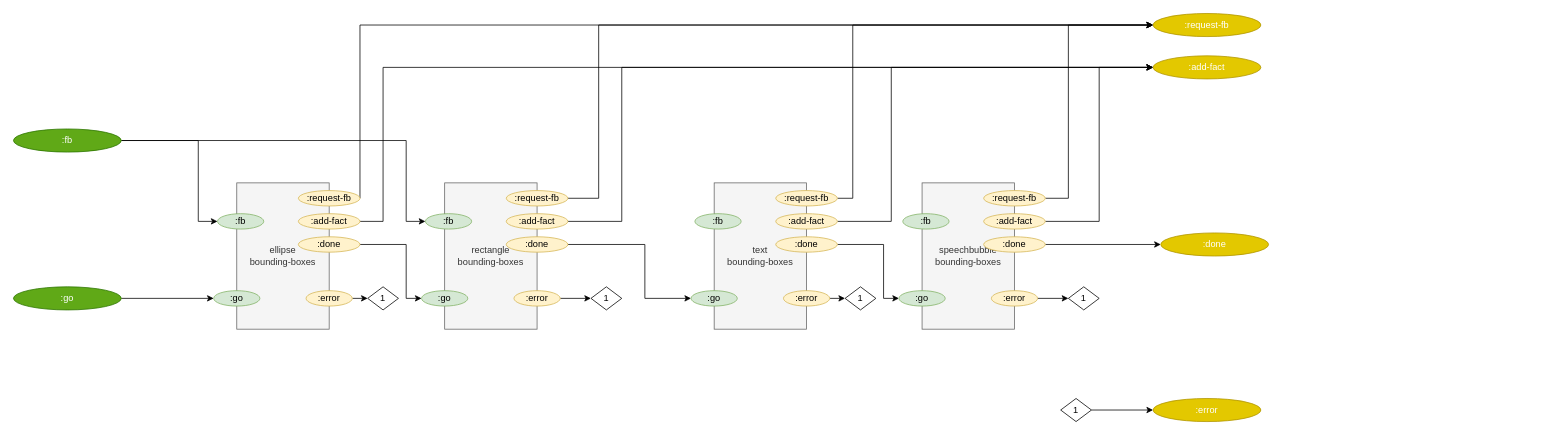
Before: page "Passes" (10 of 10) of svg/cl-compiler/doc/compiler-test-bed.drawio in bmfbp/bmfbp, a draw.io diagram. Source tidied: cells renumbered, new cells numbered last; positions are measured from the earlier drawing's top-left corner, leaving out a move shared by most shapes. Both pictures are drawn from the tidied source at 77%, with x=0, y=0 at pixel (13, 13).
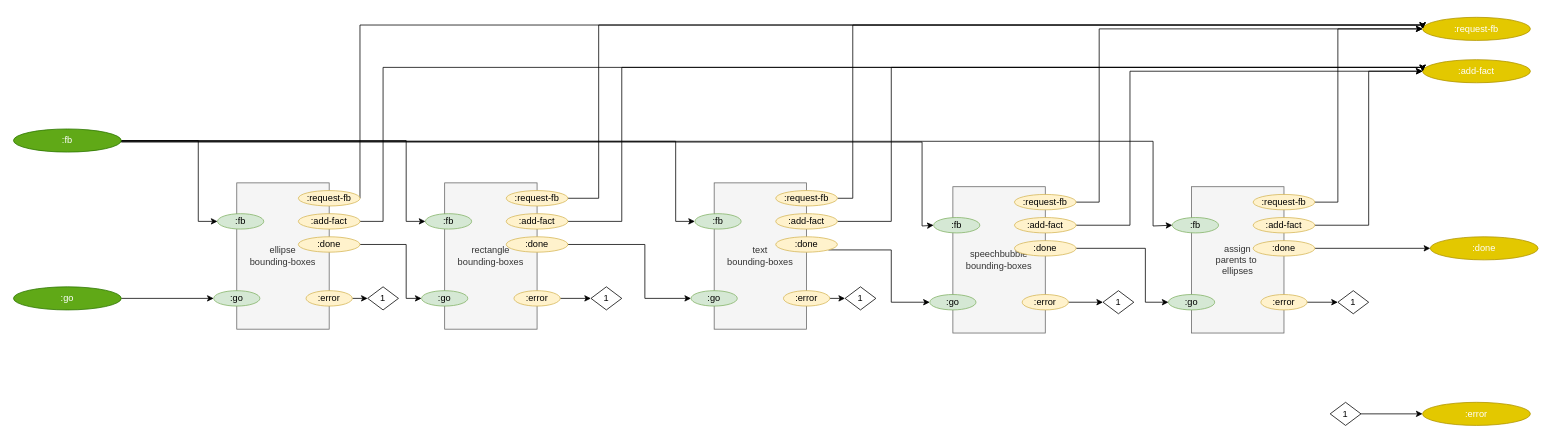
The same diagram, later.

Commit message (it also covers changes not shown here):
added assign parent to ellipses

Unchanged cells that the change refers to:
```xml
<mxCell id="4" value=":fb" style="ellipse;whiteSpace=wrap;html=1;fillColor=#60a917;strokeColor=#2D7600;fontColor=#ffffff;" parent="1" vertex="1">
  <mxGeometry y="150" width="140" height="30" as="geometry" />
</mxCell>
<mxCell id="38" value=":fb" style="ellipse;whiteSpace=wrap;html=1;fillColor=#d5e8d4;strokeColor=#82b366;" parent="1" vertex="1">
  <mxGeometry x="885" y="260" width="60" height="20" as="geometry" />
</mxCell>
<mxCell id="45" value=":done" style="ellipse;whiteSpace=wrap;html=1;fillColor=#fff2cc;strokeColor=#d6b656;" parent="1" vertex="1">
  <mxGeometry x="990" y="290" width="80" height="20" as="geometry" />
</mxCell>
```

The edit, as a diff of the source:
```diff
@@
+    <mxCell id="61" style="edgeStyle=orthogonalEdgeStyle;rounded=0;jettySize=auto;html=1;exitX=1;exitY=0.5;exitDx=0;exitDy=0;entryX=0;entryY=0.5;entryDx=0;entryDy=0;" parent="1" edge="1" source="4" target="50">
+      <mxGeometry relative="1" as="geometry">
+        <Array as="points">
+          <mxPoint x="1480" y="166" />
+          <mxPoint x="1480" y="276" />
+        </Array>
+      </mxGeometry>
+    </mxCell>
+    <mxCell id="62" style="edgeStyle=orthogonalEdgeStyle;rounded=0;jettySize=auto;html=1;exitX=1;exitY=0.5;exitDx=0;exitDy=0;entryX=0;entryY=0.5;entryDx=0;entryDy=0;" parent="1" edge="1" source="4" target="38">
+      <mxGeometry relative="1" as="geometry">
+        <Array as="points">
+          <mxPoint x="860" y="166" />
+          <mxPoint x="860" y="270" />
+        </Array>
+      </mxGeometry>
+    </mxCell>
+    <mxCell id="63" style="edgeStyle=orthogonalEdgeStyle;rounded=0;jettySize=auto;html=1;exitX=1;exitY=0.5;exitDx=0;exitDy=0;entryX=0;entryY=0.5;entryDx=0;entryDy=0;" parent="1" edge="1" source="4" target="66">
+      <mxGeometry relative="1" as="geometry">
+        <Array as="points">
+          <mxPoint x="140" y="167" />
+          <mxPoint x="1180" y="167" />
+          <mxPoint x="1180" y="276" />
+        </Array>
+      </mxGeometry>
+    </mxCell>
@@
     <mxCell id="5" value=":error" style="ellipse;whiteSpace=wrap;html=1;fillColor=#e3c800;strokeColor=#B09500;fontColor=#ffffff;" parent="1" vertex="1">
-      <mxGeometry x="1480" y="500" width="140" height="30" as="geometry" />
+      <mxGeometry x="1830" y="505" width="140" height="30" as="geometry" />
     </mxCell>
     <mxCell id="6" value=":done" style="ellipse;whiteSpace=wrap;html=1;fillColor=#e3c800;strokeColor=#B09500;fontColor=#ffffff;" parent="1" vertex="1">
-      <mxGeometry x="1490" y="285" width="140" height="30" as="geometry" />
+      <mxGeometry x="1840" y="290" width="140" height="30" as="geometry" />
     </mxCell>
     <mxCell id="7" value=":add-fact" style="ellipse;whiteSpace=wrap;html=1;fillColor=#e3c800;strokeColor=#B09500;fontColor=#ffffff;" parent="1" vertex="1">
-      <mxGeometry x="1480" y="55" width="140" height="30" as="geometry" />
+      <mxGeometry x="1830" y="60" width="140" height="30" as="geometry" />
     </mxCell>
     <mxCell id="8" value=":request-fb" style="ellipse;whiteSpace=wrap;html=1;fillColor=#e3c800;strokeColor=#B09500;fontColor=#ffffff;" parent="1" vertex="1">
-      <mxGeometry x="1480" width="140" height="30" as="geometry" />
+      <mxGeometry x="1830" y="5" width="140" height="30" as="geometry" />
     </mxCell>
@@
     <mxCell id="21" value="1" style="rhombus;whiteSpace=wrap;html=1;" parent="1" vertex="1">
-      <mxGeometry x="1360" y="500" width="40" height="30" as="geometry" />
+      <mxGeometry x="1710" y="505" width="40" height="30" as="geometry" />
     </mxCell>
@@
-    <mxCell id="44" style="edgeStyle=orthogonalEdgeStyle;rounded=0;jettySize=auto;html=1;exitX=1;exitY=0.5;exitDx=0;exitDy=0;entryX=0;entryY=0.5;entryDx=0;entryDy=0;" parent="1" edge="1" source="45" target="55">
-      <mxGeometry relative="1" as="geometry">
-        <Array as="points">
-          <mxPoint x="1130" y="300" />
-          <mxPoint x="1130" y="370" />
-        </Array>
-      </mxGeometry>
-    </mxCell>
+    <mxCell id="64" style="edgeStyle=orthogonalEdgeStyle;rounded=0;jettySize=auto;html=1;exitX=1;exitY=1;exitDx=0;exitDy=0;entryX=0;entryY=0.5;entryDx=0;entryDy=0;" parent="1" edge="1" source="45" target="71">
+      <mxGeometry relative="1" as="geometry">
+        <Array as="points">
+          <mxPoint x="1140" y="307" />
+          <mxPoint x="1140" y="375" />
+        </Array>
+      </mxGeometry>
+    </mxCell>
@@
-    <mxCell id="49" value="speechbubble&lt;br&gt;bounding-boxes" style="rounded=0;whiteSpace=wrap;html=1;fillColor=#f5f5f5;strokeColor=#666666;fontColor=#333333;" parent="1" vertex="1">
-      <mxGeometry x="1180" y="220" width="120" height="190" as="geometry" />
+    <mxCell id="49" value="assign&lt;br&gt;parents to&amp;nbsp;&lt;br&gt;ellipses" style="rounded=0;whiteSpace=wrap;html=1;fillColor=#f5f5f5;strokeColor=#666666;fontColor=#333333;" parent="1" vertex="1">
+      <mxGeometry x="1530" y="225" width="120" height="190" as="geometry" />
     </mxCell>
     <mxCell id="50" value=":fb" style="ellipse;whiteSpace=wrap;html=1;fillColor=#d5e8d4;strokeColor=#82b366;" parent="1" vertex="1">
-      <mxGeometry x="1155" y="260" width="60" height="20" as="geometry" />
+      <mxGeometry x="1505" y="265" width="60" height="20" as="geometry" />
     </mxCell>
@@
     <mxCell id="52" value=":add-fact" style="ellipse;whiteSpace=wrap;html=1;fillColor=#fff2cc;strokeColor=#d6b656;" parent="1" vertex="1">
-      <mxGeometry x="1260" y="260" width="80" height="20" as="geometry" />
+      <mxGeometry x="1610" y="265" width="80" height="20" as="geometry" />
     </mxCell>
@@
     <mxCell id="54" value=":error" style="ellipse;whiteSpace=wrap;html=1;fillColor=#fff2cc;strokeColor=#d6b656;" parent="1" vertex="1">
-      <mxGeometry x="1270" y="360" width="60" height="20" as="geometry" />
+      <mxGeometry x="1620" y="365" width="60" height="20" as="geometry" />
     </mxCell>
     <mxCell id="55" value=":go" style="ellipse;whiteSpace=wrap;html=1;fillColor=#d5e8d4;strokeColor=#82b366;" parent="1" vertex="1">
-      <mxGeometry x="1150" y="360" width="60" height="20" as="geometry" />
+      <mxGeometry x="1500" y="365" width="60" height="20" as="geometry" />
     </mxCell>
@@
     <mxCell id="57" value=":done" style="ellipse;whiteSpace=wrap;html=1;fillColor=#fff2cc;strokeColor=#d6b656;" parent="1" vertex="1">
-      <mxGeometry x="1260" y="290" width="80" height="20" as="geometry" />
+      <mxGeometry x="1610" y="295" width="80" height="20" as="geometry" />
     </mxCell>
     <mxCell id="58" value="1" style="rhombus;whiteSpace=wrap;html=1;" parent="1" vertex="1">
-      <mxGeometry x="1370" y="355" width="40" height="30" as="geometry" />
+      <mxGeometry x="1720" y="360" width="40" height="30" as="geometry" />
     </mxCell>
     <mxCell id="59" style="edgeStyle=orthogonalEdgeStyle;rounded=0;jettySize=auto;html=1;exitX=1;exitY=0.5;exitDx=0;exitDy=0;entryX=0;entryY=0.5;entryDx=0;entryDy=0;" parent="1" edge="1" source="60" target="8">
       <mxGeometry relative="1" as="geometry">
         <Array as="points">
-          <mxPoint x="1370" y="240" />
-          <mxPoint x="1370" y="15" />
+          <mxPoint x="1720" y="245" />
+          <mxPoint x="1720" y="20" />
         </Array>
       </mxGeometry>
     </mxCell>
     <mxCell id="60" value=":request-fb" style="ellipse;whiteSpace=wrap;html=1;fillColor=#fff2cc;strokeColor=#d6b656;" parent="1" vertex="1">
-      <mxGeometry x="1260" y="230" width="80" height="20" as="geometry" />
+      <mxGeometry x="1610" y="235" width="80" height="20" as="geometry" />
     </mxCell>
+    <mxCell id="65" value="speechbubble&lt;br&gt;bounding-boxes" style="rounded=0;whiteSpace=wrap;html=1;fillColor=#f5f5f5;strokeColor=#666666;fontColor=#333333;" parent="1" vertex="1">
+      <mxGeometry x="1220" y="225" width="120" height="190" as="geometry" />
+    </mxCell>
+    <mxCell id="66" value=":fb" style="ellipse;whiteSpace=wrap;html=1;fillColor=#d5e8d4;strokeColor=#82b366;" parent="1" vertex="1">
+      <mxGeometry x="1195" y="265" width="60" height="20" as="geometry" />
+    </mxCell>
+    <mxCell id="67" style="edgeStyle=orthogonalEdgeStyle;rounded=0;jettySize=auto;html=1;exitX=1;exitY=0.5;exitDx=0;exitDy=0;entryX=0;entryY=0.5;entryDx=0;entryDy=0;" parent="1" edge="1" source="68" target="7">
+      <mxGeometry relative="1" as="geometry">
+        <Array as="points">
+          <mxPoint x="1450" y="275" />
+          <mxPoint x="1450" y="75" />
+        </Array>
+      </mxGeometry>
+    </mxCell>
+    <mxCell id="68" value=":add-fact" style="ellipse;whiteSpace=wrap;html=1;fillColor=#fff2cc;strokeColor=#d6b656;" parent="1" vertex="1">
+      <mxGeometry x="1300" y="265" width="80" height="20" as="geometry" />
+    </mxCell>
+    <mxCell id="69" style="edgeStyle=orthogonalEdgeStyle;rounded=0;jettySize=auto;html=1;exitX=1;exitY=0.5;exitDx=0;exitDy=0;entryX=0;entryY=0.5;entryDx=0;entryDy=0;" parent="1" edge="1" source="70" target="74">
+      <mxGeometry relative="1" as="geometry" />
+    </mxCell>
+    <mxCell id="70" value=":error" style="ellipse;whiteSpace=wrap;html=1;fillColor=#fff2cc;strokeColor=#d6b656;" parent="1" vertex="1">
+      <mxGeometry x="1310" y="365" width="60" height="20" as="geometry" />
+    </mxCell>
+    <mxCell id="71" value=":go" style="ellipse;whiteSpace=wrap;html=1;fillColor=#d5e8d4;strokeColor=#82b366;" parent="1" vertex="1">
+      <mxGeometry x="1190" y="365" width="60" height="20" as="geometry" />
+    </mxCell>
+    <mxCell id="72" style="edgeStyle=orthogonalEdgeStyle;rounded=0;jettySize=auto;html=1;exitX=1;exitY=0.5;exitDx=0;exitDy=0;entryX=0;entryY=0.5;entryDx=0;entryDy=0;" parent="1" edge="1" source="73" target="55">
+      <mxGeometry relative="1" as="geometry">
+        <Array as="points">
+          <mxPoint x="1470" y="305" />
+          <mxPoint x="1470" y="375" />
+        </Array>
+      </mxGeometry>
+    </mxCell>
+    <mxCell id="73" value=":done" style="ellipse;whiteSpace=wrap;html=1;fillColor=#fff2cc;strokeColor=#d6b656;" parent="1" vertex="1">
+      <mxGeometry x="1300" y="295" width="80" height="20" as="geometry" />
+    </mxCell>
+    <mxCell id="74" value="1" style="rhombus;whiteSpace=wrap;html=1;" parent="1" vertex="1">
+      <mxGeometry x="1415" y="360" width="40" height="30" as="geometry" />
+    </mxCell>
+    <mxCell id="75" style="edgeStyle=orthogonalEdgeStyle;rounded=0;jettySize=auto;html=1;exitX=1;exitY=0.5;exitDx=0;exitDy=0;entryX=0;entryY=0.5;entryDx=0;entryDy=0;" parent="1" edge="1" source="76" target="8">
+      <mxGeometry relative="1" as="geometry">
+        <Array as="points">
+          <mxPoint x="1410" y="245" />
+          <mxPoint x="1410" y="20" />
+        </Array>
+      </mxGeometry>
+    </mxCell>
+    <mxCell id="76" value=":request-fb" style="ellipse;whiteSpace=wrap;html=1;fillColor=#fff2cc;strokeColor=#d6b656;" parent="1" vertex="1">
+      <mxGeometry x="1300" y="235" width="80" height="20" as="geometry" />
+    </mxCell>
```
